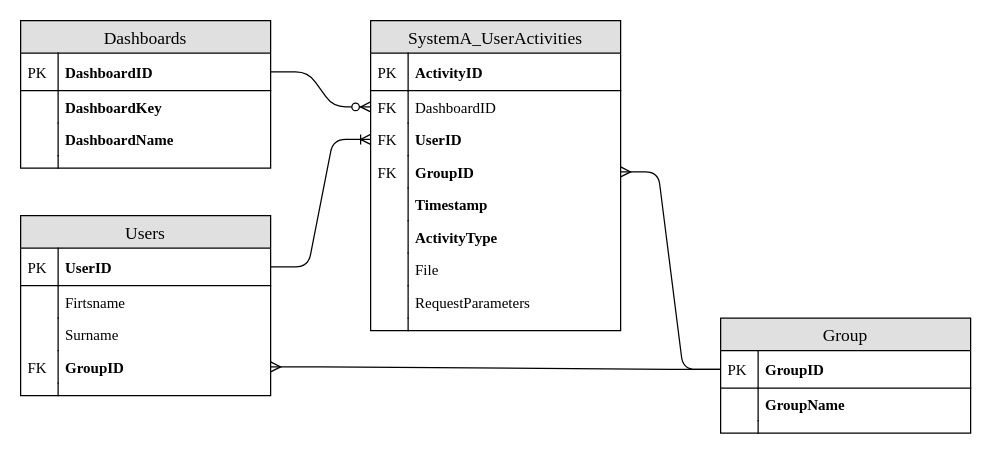
Earlier version of the draw.io diagram Images/Chapter2/SystemA_ERD_Basic/SystemA_ERD_Basic.drawio (CorrieScheepers/Masters). Source tidied: cells renumbered, new cells numbered last; positions are measured from the earlier drawing's top-left corner, leaving out a move shared by most shapes. Both pictures are drawn from the tidied source at 125%, with x=0, y=0 at pixel (20, 20).
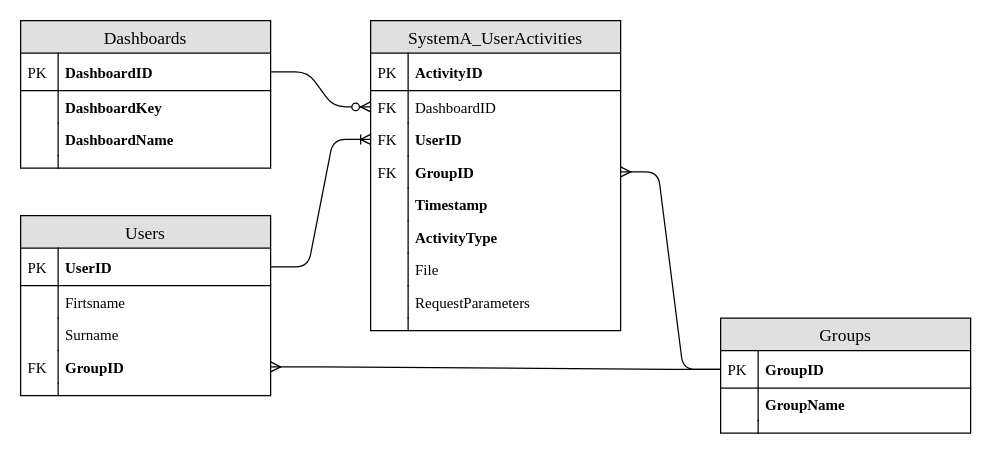
The same page after the edit.

Change to the diagram source:
```diff
@@
-    <mxCell id="42" value="Group" style="swimlane;fontStyle=0;horizontal=1;startSize=26;fillColor=#e0e0e0;swimlaneFillColor=#ffffff;align=center;fontSize=14;fontFamily=Times New Roman;" parent="1" vertex="1">
+    <mxCell id="42" value="Groups" style="swimlane;fontStyle=0;horizontal=1;startSize=26;fillColor=#e0e0e0;swimlaneFillColor=#ffffff;align=center;fontSize=14;fontFamily=Times New Roman;" parent="1" vertex="1">
       <mxGeometry x="560" y="238" width="200" height="92" as="geometry" />
     </mxCell>
```
